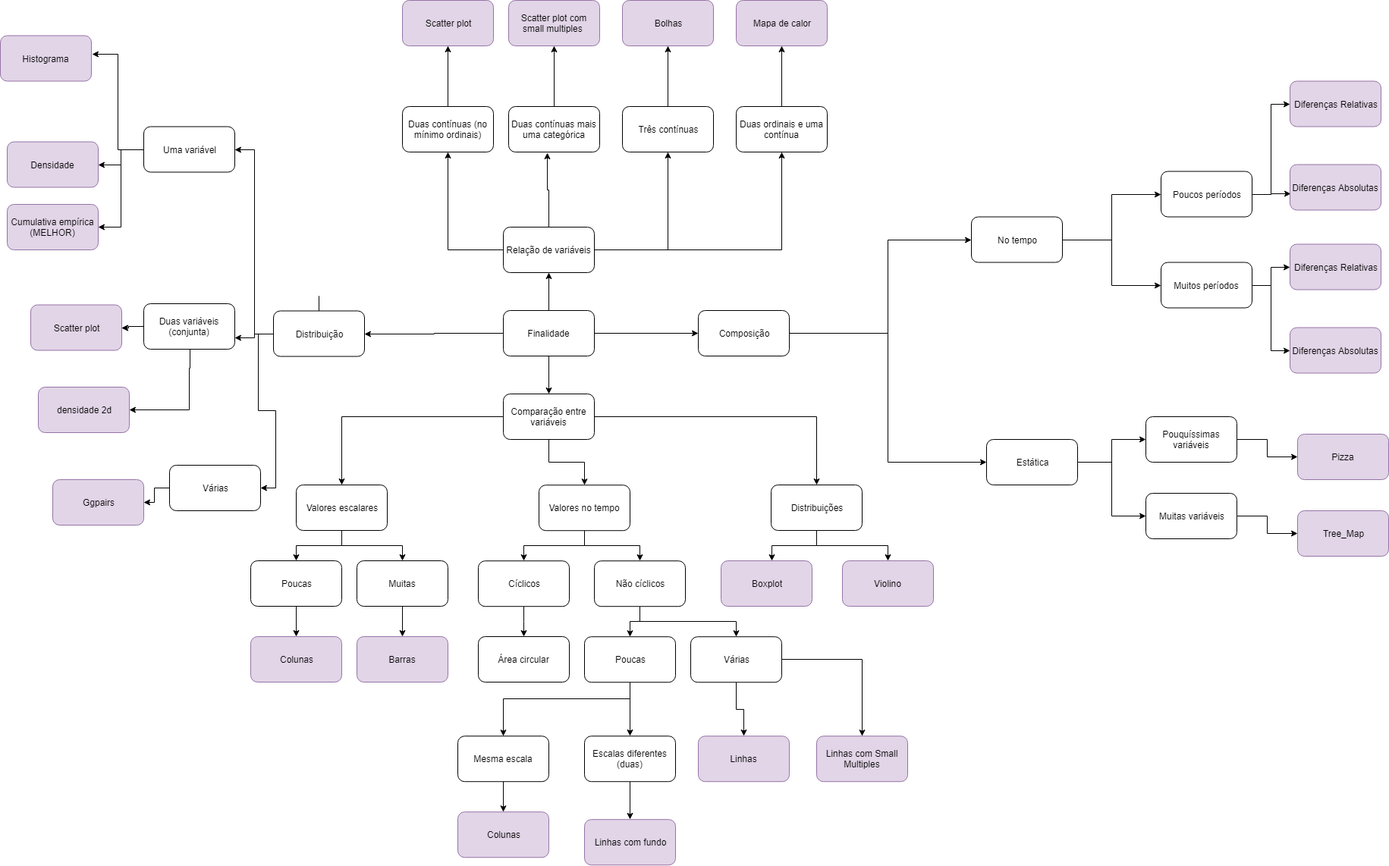
Above: diagramas/graficos.png in crotman/CursoR (draw.io), before the change. Source tidied: cells renumbered, new cells last; positions are measured from the earlier drawing's top-left corner, leaving out a move shared by most shapes.
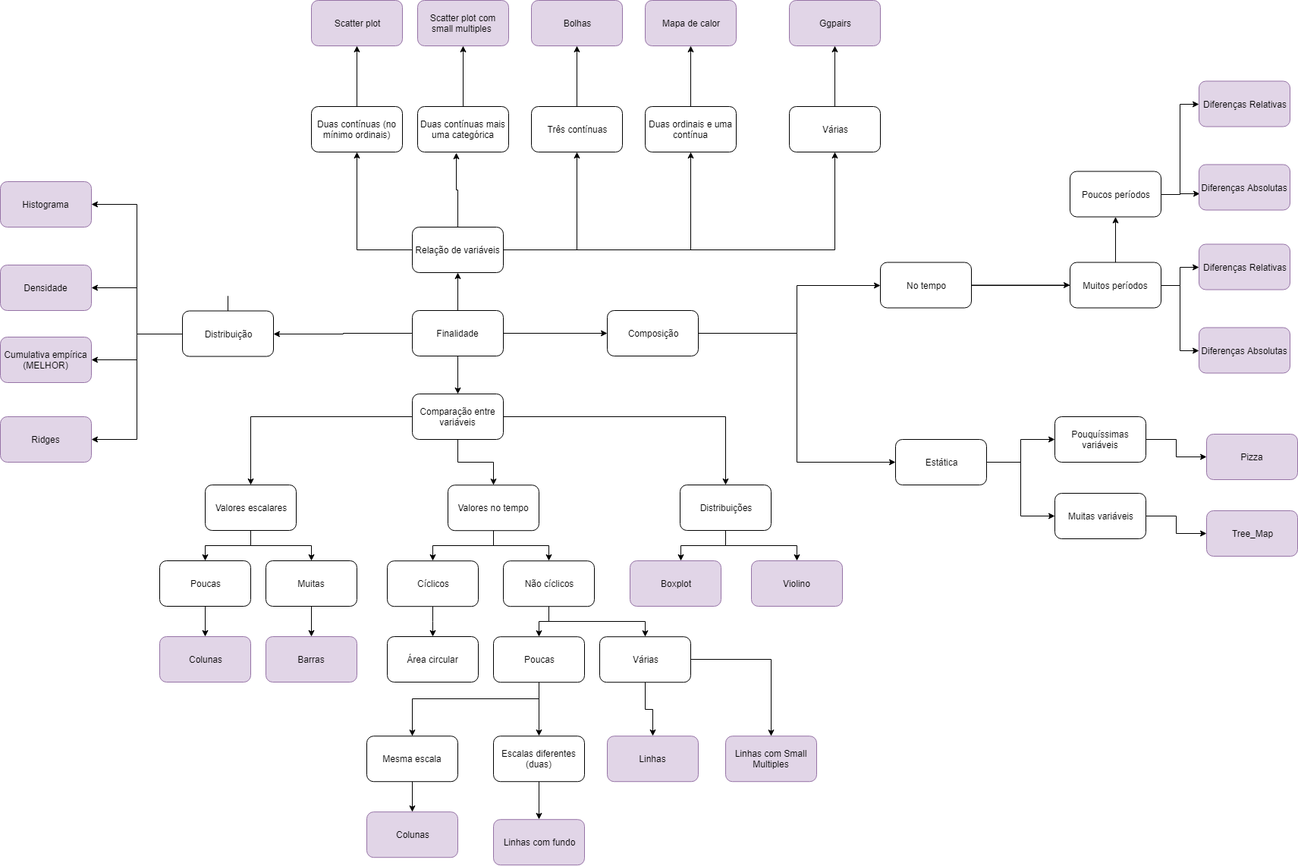
Later version of the same file.

The edit, as a diff of the source:
```diff
@@ -142,6 +142,9 @@
     <mxCell id="43" style="edgeStyle=orthogonalEdgeStyle;rounded=0;jettySize=auto;html=1;entryX=0.5;entryY=1;entryDx=0;entryDy=0;" parent="1" edge="1" source="44" target="62">
       <mxGeometry relative="1" as="geometry" />
     </mxCell>
+    <mxCell id="111" style="edgeStyle=orthogonalEdgeStyle;rounded=0;jettySize=auto;html=1;entryX=0.5;entryY=1;entryDx=0;entryDy=0;" parent="1" edge="1" source="44" target="108">
+      <mxGeometry relative="1" as="geometry" />
+    </mxCell>
     <mxCell id="44" value="Relação de variáveis" style="rounded=1;whiteSpace=wrap;html=1;" parent="1" vertex="1">
       <mxGeometry x="663" y="299" width="120" height="60" as="geometry" />
     </mxCell>
@@ -191,7 +194,7 @@
       <mxGeometry relative="1" as="geometry">
         <Array as="points">
           <mxPoint x="1170" y="439" />
-          <mxPoint x="1170" y="316" />
+          <mxPoint x="1170" y="376" />
         </Array>
       </mxGeometry>
     </mxCell>
@@ -214,7 +217,7 @@
       <mxGeometry relative="1" as="geometry" />
     </mxCell>
     <mxCell id="66" value="No tempo" style="rounded=1;whiteSpace=wrap;html=1;" parent="1" vertex="1">
-      <mxGeometry x="1280" y="285.5" width="120" height="60" as="geometry" />
+      <mxGeometry x="1280" y="345.5" width="120" height="60" as="geometry" />
     </mxCell>
     <mxCell id="67" style="edgeStyle=orthogonalEdgeStyle;rounded=0;jettySize=auto;html=1;entryX=0;entryY=0.5;entryDx=0;entryDy=0;" parent="1" edge="1" source="69" target="81">
       <mxGeometry relative="1" as="geometry" />
@@ -267,63 +270,30 @@
     <mxCell id="83" value="Muitas variáveis" style="rounded=1;whiteSpace=wrap;html=1;" parent="1" vertex="1">
       <mxGeometry x="1510" y="650" width="120" height="60" as="geometry" />
     </mxCell>
-    <mxCell id="84" style="edgeStyle=orthogonalEdgeStyle;rounded=0;jettySize=auto;html=1;entryX=1;entryY=0.5;entryDx=0;entryDy=0;" parent="1" edge="1" source="87" target="92">
-      <mxGeometry relative="1" as="geometry" />
-    </mxCell>
-    <mxCell id="85" style="edgeStyle=orthogonalEdgeStyle;rounded=0;jettySize=auto;html=1;entryX=1;entryY=0.75;entryDx=0;entryDy=0;" parent="1" edge="1" source="87" target="96">
-      <mxGeometry relative="1" as="geometry" />
-    </mxCell>
-    <mxCell id="86" style="edgeStyle=orthogonalEdgeStyle;rounded=0;jettySize=auto;html=1;entryX=1;entryY=0.5;entryDx=0;entryDy=0;" parent="1" edge="1" source="87" target="108">
-      <mxGeometry relative="1" as="geometry" />
-    </mxCell>
+    <mxCell id="112" style="edgeStyle=orthogonalEdgeStyle;rounded=0;jettySize=auto;html=1;entryX=1;entryY=0.5;entryDx=0;entryDy=0;" parent="1" edge="1" source="87" target="97">
+      <mxGeometry relative="1" as="geometry" />
+    </mxCell>
+    <mxCell id="113" style="edgeStyle=orthogonalEdgeStyle;rounded=0;jettySize=auto;html=1;entryX=1;entryY=0.5;entryDx=0;entryDy=0;" parent="1" edge="1" source="87" target="98">
+      <mxGeometry relative="1" as="geometry" />
+    </mxCell>
+    <mxCell id="114" style="edgeStyle=orthogonalEdgeStyle;rounded=0;jettySize=auto;html=1;entryX=1;entryY=0.5;entryDx=0;entryDy=0;" parent="1" edge="1" source="87" target="110">
+      <mxGeometry relative="1" as="geometry" />
+    </mxCell>
+    <mxCell id="115" style="edgeStyle=orthogonalEdgeStyle;rounded=0;jettySize=auto;html=1;entryX=1;entryY=0.5;entryDx=0;entryDy=0;" parent="1" edge="1" source="87" target="116">
+      <mxGeometry relative="1" as="geometry" />
+    </mxCell>
     <mxCell id="87" value="Distribuição" style="rounded=1;whiteSpace=wrap;html=1;" parent="1" vertex="1">
       <mxGeometry x="360" y="409.5" width="120" height="60" as="geometry" />
     </mxCell>
     <mxCell id="88" style="edgeStyle=orthogonalEdgeStyle;rounded=0;jettySize=auto;html=1;" parent="1" edge="1" source="6" target="87">
       <mxGeometry relative="1" as="geometry" />
     </mxCell>
-    <mxCell id="89" style="edgeStyle=orthogonalEdgeStyle;rounded=0;jettySize=auto;html=1;entryX=1.008;entryY=0.4;entryDx=0;entryDy=0;entryPerimeter=0;" parent="1" edge="1" source="92" target="97">
-      <mxGeometry relative="1" as="geometry" />
-    </mxCell>
-    <mxCell id="90" style="edgeStyle=orthogonalEdgeStyle;rounded=0;jettySize=auto;html=1;" parent="1" edge="1" source="92" target="98">
-      <mxGeometry relative="1" as="geometry" />
-    </mxCell>
-    <mxCell id="91" style="edgeStyle=orthogonalEdgeStyle;rounded=0;jettySize=auto;html=1;entryX=1;entryY=0.5;entryDx=0;entryDy=0;" parent="1" edge="1" source="92" target="110">
-      <mxGeometry relative="1" as="geometry" />
-    </mxCell>
-    <mxCell id="92" value="Uma variável" style="rounded=1;whiteSpace=wrap;html=1;" parent="1" vertex="1">
-      <mxGeometry x="189" y="166.5" width="120" height="60" as="geometry" />
-    </mxCell>
-    <mxCell id="93" style="edgeStyle=orthogonalEdgeStyle;rounded=0;jettySize=auto;html=1;" parent="1" edge="1" source="96" target="99">
-      <mxGeometry relative="1" as="geometry" />
-    </mxCell>
-    <mxCell id="94" style="edgeStyle=orthogonalEdgeStyle;rounded=0;jettySize=auto;html=1;" parent="1" edge="1" source="96" target="99">
-      <mxGeometry relative="1" as="geometry" />
-    </mxCell>
-    <mxCell id="95" style="edgeStyle=orthogonalEdgeStyle;rounded=0;jettySize=auto;html=1;entryX=1;entryY=0.5;entryDx=0;entryDy=0;" parent="1" edge="1" source="96" target="100">
-      <mxGeometry relative="1" as="geometry">
-        <Array as="points">
-          <mxPoint x="250" y="485" />
-          <mxPoint x="249" y="485" />
-          <mxPoint x="249" y="540" />
-        </Array>
-      </mxGeometry>
-    </mxCell>
-    <mxCell id="96" value="Duas variáveis (conjunta)" style="rounded=1;whiteSpace=wrap;html=1;" parent="1" vertex="1">
-      <mxGeometry x="189" y="400" width="120" height="60" as="geometry" />
-    </mxCell>
     <mxCell id="97" value="Histograma" style="rounded=1;whiteSpace=wrap;html=1;fillColor=#e1d5e7;strokeColor=#9673a6;" parent="1" vertex="1">
-      <mxGeometry y="46.5" width="120" height="60" as="geometry" />
+      <mxGeometry x="120" y="239" width="120" height="60" as="geometry" />
     </mxCell>
     <mxCell id="98" value="Densidade" style="rounded=1;whiteSpace=wrap;html=1;fillColor=#e1d5e7;strokeColor=#9673a6;" parent="1" vertex="1">
-      <mxGeometry x="9" y="186.5" width="120" height="60" as="geometry" />
+      <mxGeometry x="120" y="349" width="120" height="60" as="geometry" />
     </mxCell>
-    <mxCell id="99" value="Scatter plot" style="rounded=1;whiteSpace=wrap;html=1;fillColor=#e1d5e7;strokeColor=#9673a6;" parent="1" vertex="1">
-      <mxGeometry x="40" y="401.5" width="120" height="60" as="geometry" />
-    </mxCell>
-    <mxCell id="100" value="densidade 2d" style="rounded=1;whiteSpace=wrap;html=1;fillColor=#e1d5e7;strokeColor=#9673a6;" parent="1" vertex="1">
-      <mxGeometry x="50" y="510" width="120" height="60" as="geometry" />
-    </mxCell>
     <mxCell id="101" style="edgeStyle=orthogonalEdgeStyle;rounded=0;jettySize=auto;html=1;entryX=0.5;entryY=0;entryDx=0;entryDy=0;" parent="1" edge="1" source="102" target="104">
       <mxGeometry relative="1" as="geometry" />
     </mxCell>
@@ -342,17 +312,20 @@
     <mxCell id="106" value="Tree_Map" style="rounded=1;whiteSpace=wrap;html=1;fillColor=#e1d5e7;strokeColor=#9673a6;" parent="1" vertex="1">
       <mxGeometry x="1710" y="673" width="120" height="60" as="geometry" />
     </mxCell>
-    <mxCell id="107" style="edgeStyle=orthogonalEdgeStyle;rounded=0;jettySize=auto;html=1;entryX=1;entryY=0.5;entryDx=0;entryDy=0;" parent="1" edge="1" source="108" target="109">
+    <mxCell id="107" style="edgeStyle=orthogonalEdgeStyle;rounded=0;jettySize=auto;html=1;entryX=0.5;entryY=1;entryDx=0;entryDy=0;" parent="1" edge="1" source="108" target="109">
       <mxGeometry relative="1" as="geometry" />
     </mxCell>
     <mxCell id="108" value="Várias" style="rounded=1;whiteSpace=wrap;html=1;" parent="1" vertex="1">
-      <mxGeometry x="223" y="613" width="120" height="60" as="geometry" />
+      <mxGeometry x="1160" y="140" width="120" height="60" as="geometry" />
     </mxCell>
     <mxCell id="109" value="Ggpairs" style="rounded=1;whiteSpace=wrap;html=1;fillColor=#e1d5e7;strokeColor=#9673a6;" parent="1" vertex="1">
-      <mxGeometry x="69" y="632" width="120" height="60" as="geometry" />
+      <mxGeometry x="1160" width="120" height="60" as="geometry" />
     </mxCell>
     <mxCell id="110" value="Cumulativa empírica (MELHOR)" style="rounded=1;whiteSpace=wrap;html=1;fillColor=#e1d5e7;strokeColor=#9673a6;" parent="1" vertex="1">
-      <mxGeometry x="9" y="269" width="120" height="60" as="geometry" />
+      <mxGeometry x="120" y="444" width="120" height="60" as="geometry" />
     </mxCell>
+    <mxCell id="116" value="Ridges" style="rounded=1;whiteSpace=wrap;html=1;fillColor=#e1d5e7;strokeColor=#9673a6;" parent="1" vertex="1">
+      <mxGeometry x="120" y="549" width="120" height="60" as="geometry" />
+    </mxCell>
   </root>
 </mxGraphModel>
```
